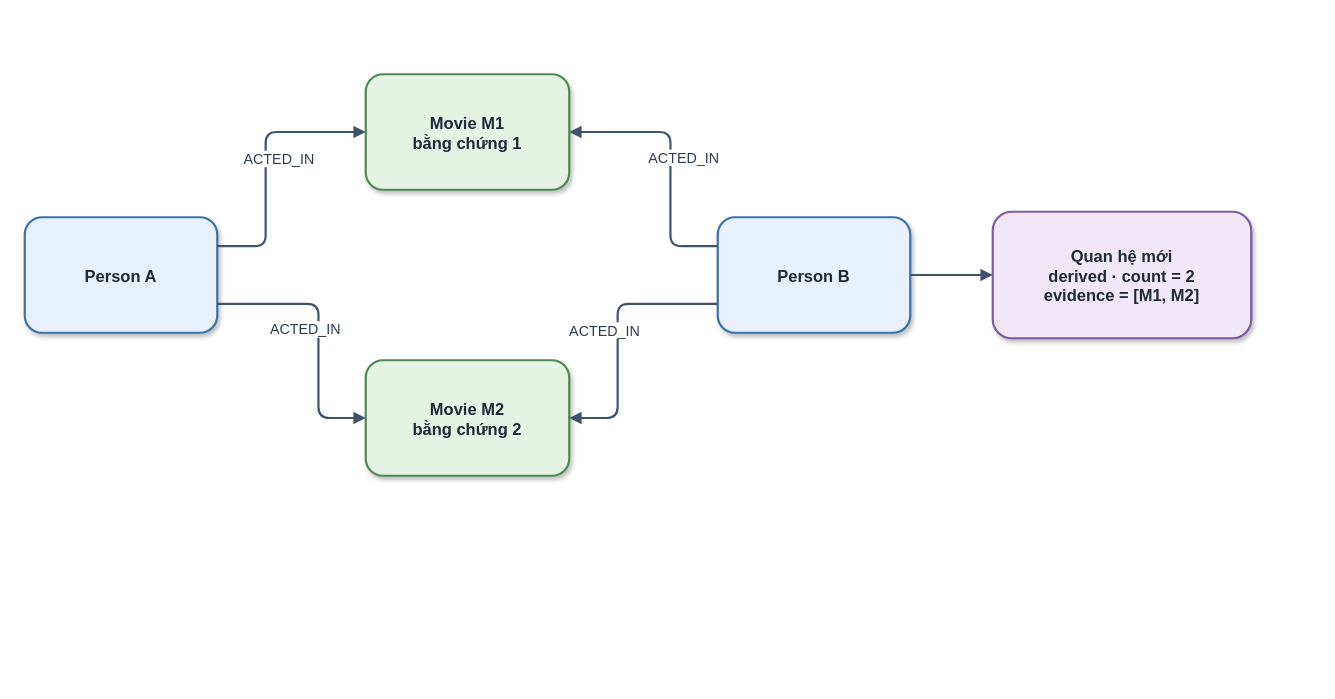
khanhhk/advanced_database keeps this draw.io diagram as report_latex/images/sources/costar_reasoning.drawio. Above is the earlier version. Source tidied: cells renumbered, new cells numbered last; positions are measured from the earlier drawing's top-left corner, leaving out a move shared by most shapes. Both pictures are drawn from the tidied source at 110%, with x=0, y=0 at pixel (24, 74).
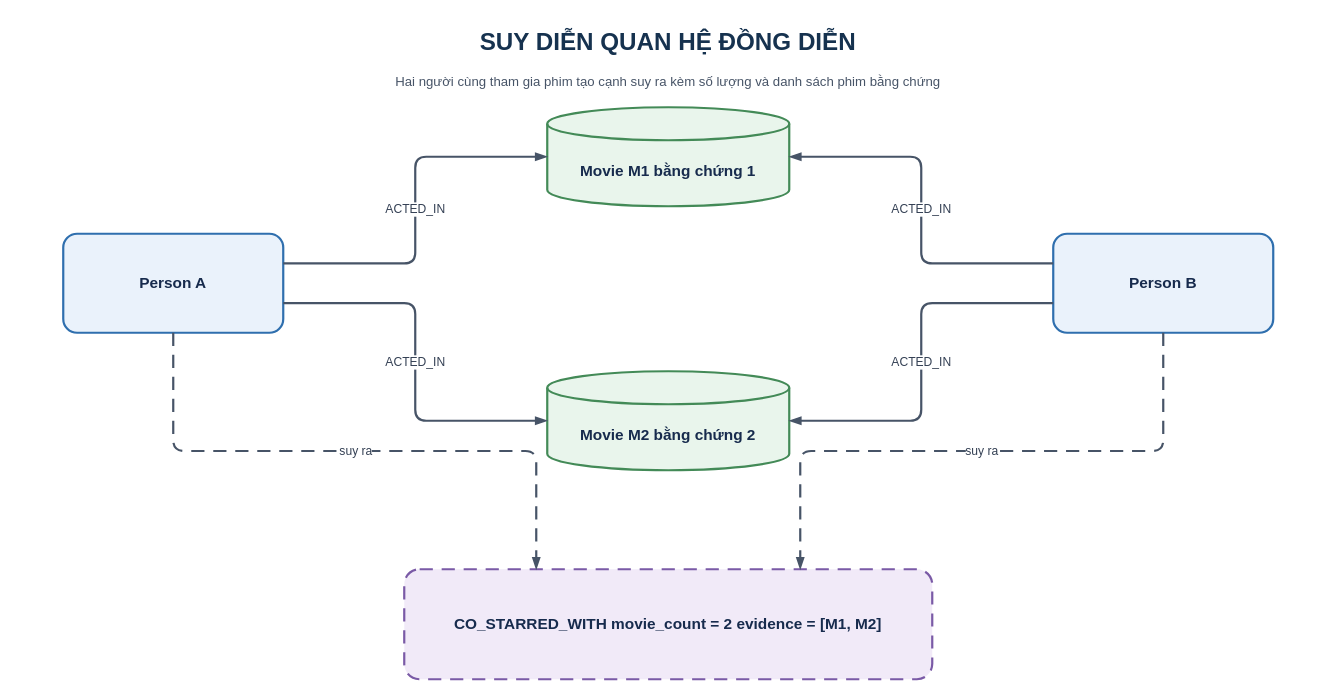
After the change.

What changed in the source:
```diff
@@
-<mxGraphModel>
+<mxGraphModel background="#FFFFFF">
   <root>
     <mxCell id="0" />
     <mxCell id="1" parent="0" />
+    <mxCell id="12" value="SUY DIỄN QUAN HỆ ĐỒNG DIỄN" style="text;html=1;whiteSpace=wrap;align=center;verticalAlign=middle;fontFamily=Helvetica;fontSize=22;fontColor=#16324F;fontStyle=1;" parent="1" vertex="1">
+      <mxGeometry x="-5" y="-50" width="1180" height="42" as="geometry" />
+    </mxCell>
+    <mxCell id="13" value="Hai người cùng tham gia phim tạo cạnh suy ra kèm số lượng và danh sách phim bằng chứng" style="text;html=1;whiteSpace=wrap;align=center;verticalAlign=middle;fontFamily=Helvetica;fontSize=12;fontColor=#475467;" parent="1" vertex="1">
+      <mxGeometry x="-5" y="-8" width="1180" height="30" as="geometry" />
+    </mxCell>
-    <mxCell id="2" value="Person A" style="rounded=1;whiteSpace=wrap;html=1;fillColor=#E8F1FB;strokeColor=#3B73A8;strokeWidth=2;fontSize=15;fontColor=#1F2937;fontStyle=1;spacing=8;shadow=1;" parent="1" vertex="1">
-      <mxGeometry y="130" width="175" height="105" as="geometry" />
+    <mxCell id="2" value="Person A" style="rounded=1;arcSize=14;whiteSpace=wrap;html=1;align=center;verticalAlign=middle;spacing=8;fontFamily=Helvetica;fontSize=14;fontColor=#172B4D;fillColor=#EAF2FB;strokeColor=#2F6FAE;strokeWidth=2;fontStyle=1;" parent="1" vertex="1">
+      <mxGeometry x="35" y="145" width="200" height="90" as="geometry" />
     </mxCell>
-    <mxCell id="3" value="Movie M1&#10;bằng chứng 1" style="rounded=1;whiteSpace=wrap;html=1;fillColor=#E5F3E5;strokeColor=#4D8B52;strokeWidth=2;fontSize=15;fontColor=#1F2937;fontStyle=1;spacing=8;shadow=1;" parent="1" vertex="1">
-      <mxGeometry x="310" width="185" height="105" as="geometry" />
+    <mxCell id="3" value="Movie M1 bằng chứng 1" style="shape=cylinder3;boundedLbl=1;whiteSpace=wrap;html=1;align=center;verticalAlign=middle;spacing=8;fontFamily=Helvetica;fontSize=14;fontColor=#172B4D;fillColor=#E9F5EC;strokeColor=#438A57;strokeWidth=2;fontStyle=1;" parent="1" vertex="1">
+      <mxGeometry x="475" y="30" width="220" height="90" as="geometry" />
     </mxCell>
-    <mxCell id="4" value="Movie M2&#10;bằng chứng 2" style="rounded=1;whiteSpace=wrap;html=1;fillColor=#E5F3E5;strokeColor=#4D8B52;strokeWidth=2;fontSize=15;fontColor=#1F2937;fontStyle=1;spacing=8;shadow=1;" parent="1" vertex="1">
-      <mxGeometry x="310" y="260" width="185" height="105" as="geometry" />
+    <mxCell id="4" value="Movie M2 bằng chứng 2" style="shape=cylinder3;boundedLbl=1;whiteSpace=wrap;html=1;align=center;verticalAlign=middle;spacing=8;fontFamily=Helvetica;fontSize=14;fontColor=#172B4D;fillColor=#E9F5EC;strokeColor=#438A57;strokeWidth=2;fontStyle=1;" parent="1" vertex="1">
+      <mxGeometry x="475" y="270" width="220" height="90" as="geometry" />
     </mxCell>
-    <mxCell id="5" value="Person B" style="rounded=1;whiteSpace=wrap;html=1;fillColor=#E8F1FB;strokeColor=#3B73A8;strokeWidth=2;fontSize=15;fontColor=#1F2937;fontStyle=1;spacing=8;shadow=1;" parent="1" vertex="1">
-      <mxGeometry x="630" y="130" width="175" height="105" as="geometry" />
+    <mxCell id="5" value="Person B" style="rounded=1;arcSize=14;whiteSpace=wrap;html=1;align=center;verticalAlign=middle;spacing=8;fontFamily=Helvetica;fontSize=14;fontColor=#172B4D;fillColor=#EAF2FB;strokeColor=#2F6FAE;strokeWidth=2;fontStyle=1;" parent="1" vertex="1">
+      <mxGeometry x="935" y="145" width="200" height="90" as="geometry" />
     </mxCell>
-    <mxCell id="6" value="Quan hệ mới&#10;derived · count = 2&#10;evidence = [M1, M2]" style="rounded=1;whiteSpace=wrap;html=1;fillColor=#F0E8F7;strokeColor=#7B5AA6;strokeWidth=2;fontSize=15;fontColor=#1F2937;fontStyle=1;spacing=8;shadow=1;" parent="1" vertex="1">
-      <mxGeometry x="880" y="125" width="235" height="115" as="geometry" />
+    <mxCell id="6" value="CO_STARRED_WITH movie_count = 2 evidence = [M1, M2]" style="rounded=1;arcSize=14;whiteSpace=wrap;html=1;align=center;verticalAlign=middle;spacing=8;fontFamily=Helvetica;fontSize=14;fontColor=#172B4D;fillColor=#F1EAF8;strokeColor=#7A5AA6;strokeWidth=2;fontStyle=1;dashed=1;dashPattern=6 4;" parent="1" vertex="1">
+      <mxGeometry x="345" y="450" width="480" height="100" as="geometry" />
     </mxCell>
-    <mxCell id="7" value="ACTED_IN" style="edgeStyle=orthogonalEdgeStyle;rounded=1;jettySize=auto;html=1;endArrow=block;endFill=1;strokeColor=#40536B;strokeWidth=2;fontSize=13;fontColor=#2F3B4A;labelBackgroundColor=#FFFFFF;spacingBottom=8;exitX=1;exitY=0.25;exitDx=0;exitDy=0;entryX=0;entryY=0.5;entryDx=0;entryDy=0;" parent="1" edge="1" source="2" target="3">
-      <mxGeometry y="-12" relative="1" as="geometry">
-        <Array as="points">
-          <mxPoint x="219" y="156" />
-          <mxPoint x="219" y="52" />
-        </Array>
-      </mxGeometry>
+    <mxCell id="7" value="ACTED_IN" style="edgeStyle=orthogonalEdgeStyle;rounded=1;jettySize=auto;html=1;strokeColor=#475467;strokeWidth=2;endArrow=blockThin;endFill=1;fontFamily=Helvetica;fontSize=11;fontColor=#344054;labelBackgroundColor=#FFFFFF;exitX=1;exitY=0.3;exitDx=0;exitDy=0;entryX=0;entryY=0.5;entryDx=0;entryDy=0;" parent="1" edge="1" source="2" target="3">
+      <mxGeometry relative="1" as="geometry" />
     </mxCell>
-    <mxCell id="8" value="ACTED_IN" style="edgeStyle=orthogonalEdgeStyle;rounded=1;jettySize=auto;html=1;endArrow=block;endFill=1;strokeColor=#40536B;strokeWidth=2;fontSize=13;fontColor=#2F3B4A;labelBackgroundColor=#FFFFFF;spacingBottom=8;exitX=1;exitY=0.75;exitDx=0;exitDy=0;entryX=0;entryY=0.5;entryDx=0;entryDy=0;" parent="1" edge="1" source="2" target="4">
-      <mxGeometry y="-12" relative="1" as="geometry">
-        <Array as="points">
-          <mxPoint x="267" y="209" />
-          <mxPoint x="267" y="312" />
-        </Array>
-      </mxGeometry>
+    <mxCell id="8" value="ACTED_IN" style="edgeStyle=orthogonalEdgeStyle;rounded=1;jettySize=auto;html=1;strokeColor=#475467;strokeWidth=2;endArrow=blockThin;endFill=1;fontFamily=Helvetica;fontSize=11;fontColor=#344054;labelBackgroundColor=#FFFFFF;exitX=1;exitY=0.7;exitDx=0;exitDy=0;entryX=0;entryY=0.5;entryDx=0;entryDy=0;" parent="1" edge="1" source="2" target="4">
+      <mxGeometry relative="1" as="geometry" />
     </mxCell>
-    <mxCell id="9" value="ACTED_IN" style="edgeStyle=orthogonalEdgeStyle;rounded=1;jettySize=auto;html=1;endArrow=block;endFill=1;strokeColor=#40536B;strokeWidth=2;fontSize=13;fontColor=#2F3B4A;labelBackgroundColor=#FFFFFF;spacingBottom=8;exitX=0;exitY=0.25;exitDx=0;exitDy=0;entryX=1;entryY=0.5;entryDx=0;entryDy=0;" parent="1" edge="1" source="5" target="3">
-      <mxGeometry y="-12" relative="1" as="geometry">
-        <Array as="points">
-          <mxPoint x="587" y="156" />
-          <mxPoint x="587" y="52" />
-        </Array>
-      </mxGeometry>
+    <mxCell id="9" value="ACTED_IN" style="edgeStyle=orthogonalEdgeStyle;rounded=1;jettySize=auto;html=1;strokeColor=#475467;strokeWidth=2;endArrow=blockThin;endFill=1;fontFamily=Helvetica;fontSize=11;fontColor=#344054;labelBackgroundColor=#FFFFFF;exitX=0;exitY=0.3;exitDx=0;exitDy=0;entryX=1;entryY=0.5;entryDx=0;entryDy=0;" parent="1" edge="1" source="5" target="3">
+      <mxGeometry relative="1" as="geometry" />
     </mxCell>
-    <mxCell id="10" value="ACTED_IN" style="edgeStyle=orthogonalEdgeStyle;rounded=1;jettySize=auto;html=1;endArrow=block;endFill=1;strokeColor=#40536B;strokeWidth=2;fontSize=13;fontColor=#2F3B4A;labelBackgroundColor=#FFFFFF;spacingBottom=8;exitX=0;exitY=0.75;exitDx=0;exitDy=0;entryX=1;entryY=0.5;entryDx=0;entryDy=0;" parent="1" edge="1" source="5" target="4">
-      <mxGeometry y="-12" relative="1" as="geometry">
-        <Array as="points">
-          <mxPoint x="539" y="209" />
-          <mxPoint x="539" y="312" />
-        </Array>
-      </mxGeometry>
+    <mxCell id="10" value="ACTED_IN" style="edgeStyle=orthogonalEdgeStyle;rounded=1;jettySize=auto;html=1;strokeColor=#475467;strokeWidth=2;endArrow=blockThin;endFill=1;fontFamily=Helvetica;fontSize=11;fontColor=#344054;labelBackgroundColor=#FFFFFF;exitX=0;exitY=0.7;exitDx=0;exitDy=0;entryX=1;entryY=0.5;entryDx=0;entryDy=0;" parent="1" edge="1" source="5" target="4">
+      <mxGeometry relative="1" as="geometry" />
     </mxCell>
-    <mxCell id="11" style="edgeStyle=orthogonalEdgeStyle;rounded=1;jettySize=auto;html=1;endArrow=block;endFill=1;strokeColor=#40536B;strokeWidth=2;fontSize=13;fontColor=#2F3B4A;labelBackgroundColor=#FFFFFF;spacingBottom=8;exitX=1;exitY=0.5;exitDx=0;exitDy=0;entryX=0;entryY=0.5;entryDx=0;entryDy=0;" parent="1" edge="1" source="5" target="6">
-      <mxGeometry y="-12" relative="1" as="geometry" />
+    <mxCell id="11" value="suy ra" style="edgeStyle=orthogonalEdgeStyle;rounded=1;jettySize=auto;html=1;strokeColor=#475467;strokeWidth=2;endArrow=blockThin;endFill=1;fontFamily=Helvetica;fontSize=11;fontColor=#344054;labelBackgroundColor=#FFFFFF;exitX=0.5;exitY=1;exitDx=0;exitDy=0;entryX=0.25;entryY=0;entryDx=0;entryDy=0;dashed=1;dashPattern=6 4;" parent="1" edge="1" source="2" target="6">
+      <mxGeometry relative="1" as="geometry" />
     </mxCell>
+    <mxCell id="14" value="suy ra" style="edgeStyle=orthogonalEdgeStyle;rounded=1;jettySize=auto;html=1;strokeColor=#475467;strokeWidth=2;endArrow=blockThin;endFill=1;fontFamily=Helvetica;fontSize=11;fontColor=#344054;labelBackgroundColor=#FFFFFF;exitX=0.5;exitY=1;exitDx=0;exitDy=0;entryX=0.75;entryY=0;entryDx=0;entryDy=0;dashed=1;dashPattern=6 4;" parent="1" edge="1" source="5" target="6">
+      <mxGeometry relative="1" as="geometry" />
+    </mxCell>
   </root>
 </mxGraphModel>
```
